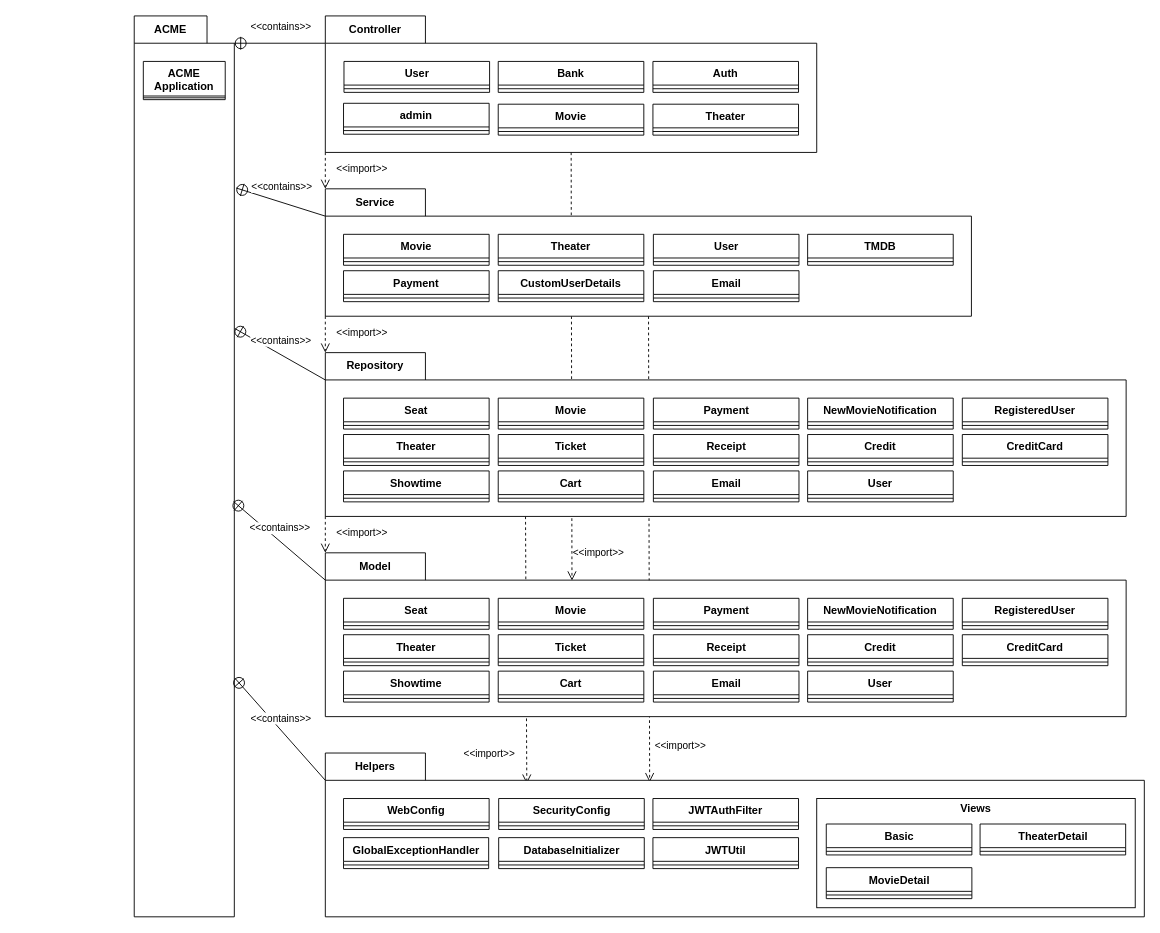
The draw.io diagram Package Diagram.drawio in AcmePlexApp/documents, before the edit. Source tidied: cells renumbered, new cells numbered last; positions are measured from the earlier drawing's top-left corner, leaving out a move shared by most shapes. Both pictures are drawn from the tidied source at 91%, with x=0, y=0 at pixel (15, 15).
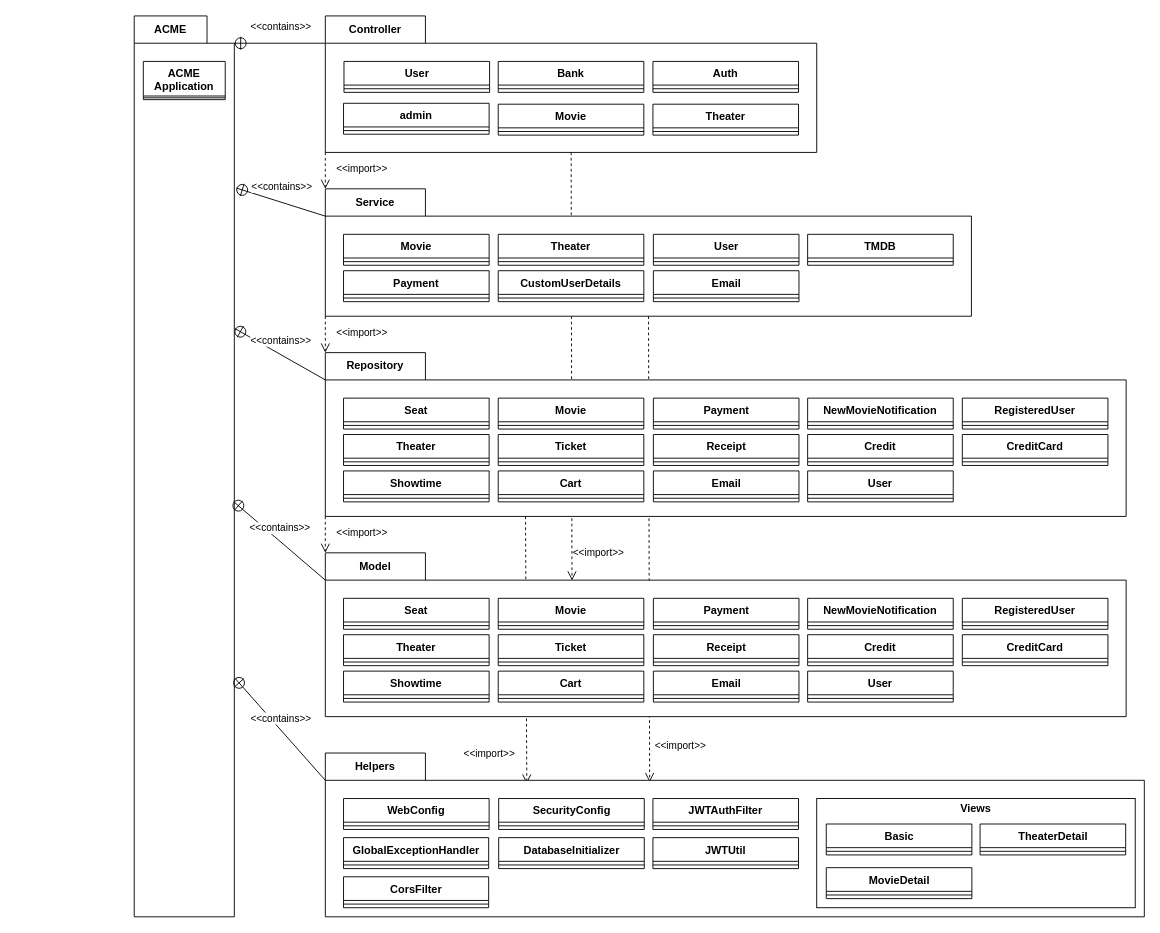
Above is the later version.

The change refers to these unchanged cells:
```xml
<mxCell id="97" value="Helpers" style="shape=folder;fontStyle=1;tabWidth=110;tabHeight=30;tabPosition=left;html=1;boundedLbl=1;labelInHeader=1;whiteSpace=wrap;" parent="1" vertex="1">
  <mxGeometry x="340" y="810" width="900" height="180" as="geometry" />
</mxCell>
```

The edit, as a diff of the source:
```diff
@@
+    <mxCell id="137" value="CorsFilter" style="swimlane;fontStyle=1;align=center;verticalAlign=top;horizontal=1;startSize=26;whiteSpace=wrap;html=1;" parent="97" vertex="1">
+      <mxGeometry x="20" y="136" width="159.5" height="34" as="geometry" />
+    </mxCell>
+    <mxCell id="138" style="line;strokeWidth=1;fillColor=none;align=left;verticalAlign=middle;spacingTop=-1;spacingLeft=3;spacingRight=3;labelPosition=right;strokeColor=inherit;" parent="137" vertex="1">
+      <mxGeometry y="26" width="159.5" height="8" as="geometry" />
+    </mxCell>
```
